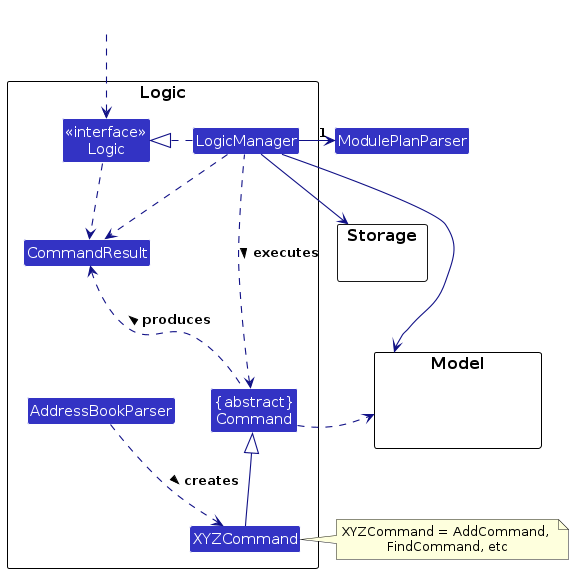
Above: diagrams/LogicClassDiagram.png in ji-just-ji/tp (PlantUML), before the change. Its source is kept beside it as diagrams/LogicClassDiagram.puml.
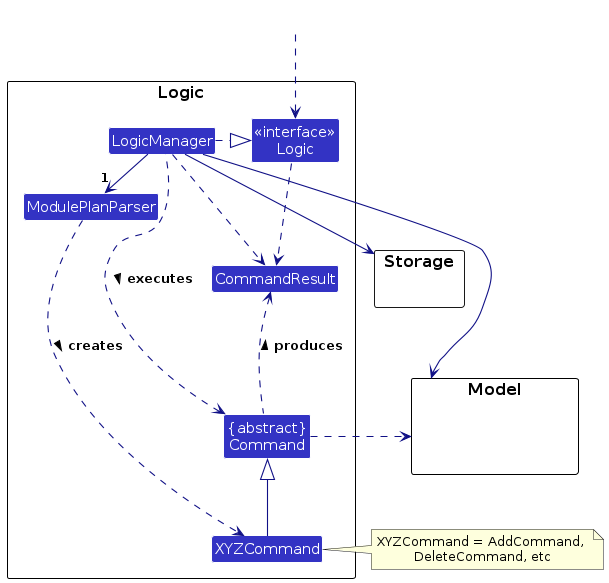
The same file after the commit.

The edit, as a diff of the source:
```diff
@@ -6,7 +6,7 @@
 
 package Logic as LogicPackage {
 
-Class AddressBookParser
+Class ModulePlanParser
 Class XYZCommand
 Class CommandResult
 Class "{abstract}\nCommand" as Command
@@ -28,7 +28,7 @@
 
 LogicManager .right.|> Logic
 LogicManager -right->"1" ModulePlanParser
-AddressBookParser ..> XYZCommand : creates >
+ModulePlanParser ..> XYZCommand : creates >
 
 XYZCommand -up-|> Command
 LogicManager .left.> Command : executes >
@@ -38,7 +38,7 @@
 Storage --[hidden] Model
 Command .[hidden]up.> Storage
 Command .right.> Model
-note right of XYZCommand: XYZCommand = AddCommand, \nFindCommand, etc
+note right of XYZCommand: XYZCommand = AddCommand, \nDeleteCommand, etc
 
 Logic ..> CommandResult
 LogicManager .down.> CommandResult
```
